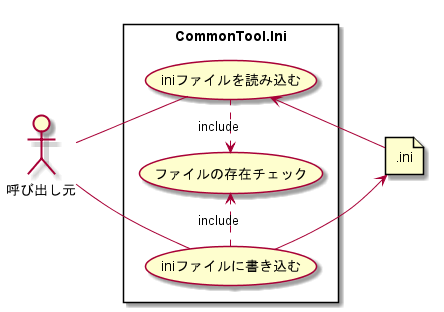
Before: doc/03_SubSystem別/CommonTool.Ini/01_機能詳細/ユースケース図.png, a diagram exported from PlantUML (hirorich/CommonTool).
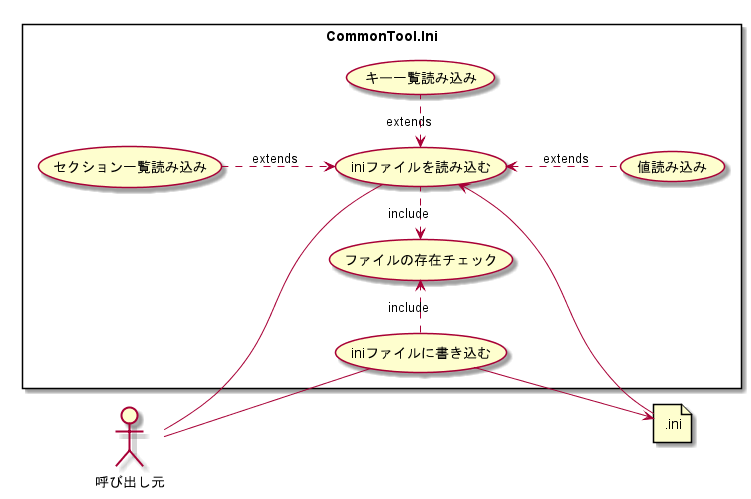
After the change.

Diff of the diagram source:
```diff
@@ -12,6 +12,9 @@
   (iniファイルに書き込む) --> IniFile
   (ファイルの存在チェック) <. (iniファイルを読み込む) : include
   (iniファイルに書き込む) .> (ファイルの存在チェック) : include
+  (セクション一覧読み込み) ..> (iniファイルを読み込む) : extends
+  (iniファイルを読み込む) <. (キー一覧読み込み) : extends
+  (iniファイルを読み込む) <.. (値読み込み) : extends
 }
 
 @enduml
```
